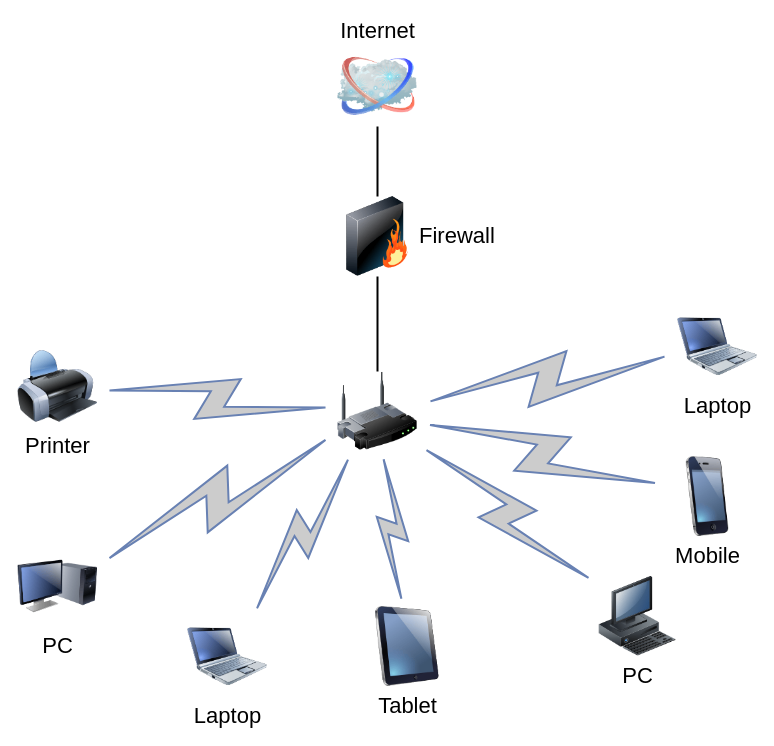
Above: network/Untitled Diagram.drawio in monkthumbs/draw.io (draw.io), before the change. Source tidied: cells renumbered, new cells numbered last; positions are measured from the earlier drawing's top-left corner, leaving out a move shared by most shapes. Both pictures are drawn from the tidied source at 100%, with x=0, y=0 at pixel (17, 46).
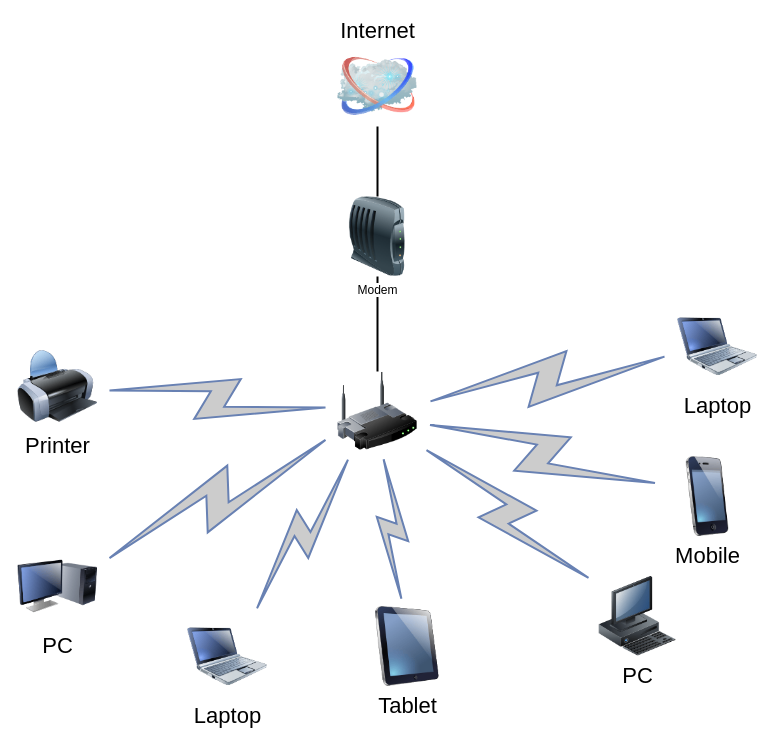
Above is the later version.

Unchanged cells that the change refers to:
```xml
<mxCell id="3" style="image;html=1;labelBackgroundColor=#ffffff;image=img/lib/clip_art/networking/Wireless_Router_128x128.png;rounded=1;shadow=0;comic=0;strokeWidth=2;fontSize=22;" parent="1" vertex="1">
  <mxGeometry x="320" y="325" width="80" height="80" as="geometry" />
</mxCell>
<mxCell id="4" value="Internet" style="image;html=1;labelBackgroundColor=#ffffff;image=img/lib/clip_art/networking/Cloud_128x128.png;rounded=1;shadow=0;comic=0;strokeWidth=2;fontSize=22;labelPosition=center;verticalLabelPosition=top;align=center;verticalAlign=bottom;" parent="1" vertex="1">
  <mxGeometry x="320" width="80" height="80" as="geometry" />
</mxCell>
```

The edit, as a diff of the source:
```diff
@@
-    <mxCell id="2" style="edgeStyle=none;rounded=0;html=1;labelBackgroundColor=none;endArrow=none;strokeWidth=2;fontFamily=Verdana;fontSize=22;" parent="1" edge="1" source="3" target="6">
-      <mxGeometry relative="1" as="geometry" />
+    <mxCell id="2" style="edgeStyle=none;rounded=0;html=1;labelBackgroundColor=none;endArrow=none;strokeWidth=2;fontFamily=Verdana;fontSize=22;" parent="1" edge="1" source="3">
+      <mxGeometry relative="1" as="geometry">
+        <mxPoint x="360" y="230" as="targetPoint" />
+      </mxGeometry>
     </mxCell>
@@
-    <mxCell id="5" style="edgeStyle=none;rounded=0;html=1;labelBackgroundColor=none;endArrow=none;strokeWidth=2;fontFamily=Verdana;fontSize=22;" parent="1" edge="1" source="6" target="4">
-      <mxGeometry relative="1" as="geometry" />
+    <mxCell id="5" style="edgeStyle=none;rounded=0;html=1;labelBackgroundColor=none;endArrow=none;strokeWidth=2;fontFamily=Verdana;fontSize=22;" parent="1" edge="1" target="4">
+      <mxGeometry relative="1" as="geometry">
+        <mxPoint x="360" y="150" as="sourcePoint" />
+      </mxGeometry>
     </mxCell>
-    <mxCell id="6" value="Firewall" style="image;html=1;labelBackgroundColor=#ffffff;image=img/lib/clip_art/networking/Firewall_128x128.png;rounded=1;shadow=0;comic=0;strokeWidth=2;fontSize=22;labelPosition=right;verticalLabelPosition=middle;align=left;verticalAlign=middle;" parent="1" vertex="1">
-      <mxGeometry x="320" y="150" width="80" height="80" as="geometry" />
-    </mxCell>
@@
+    <mxCell id="21" value="Modem" style="image;html=1;image=img/lib/clip_art/networking/Modem_128x128.png;" parent="1" vertex="1">
+      <mxGeometry x="320" y="150" width="80" height="80" as="geometry" />
+    </mxCell>
```
